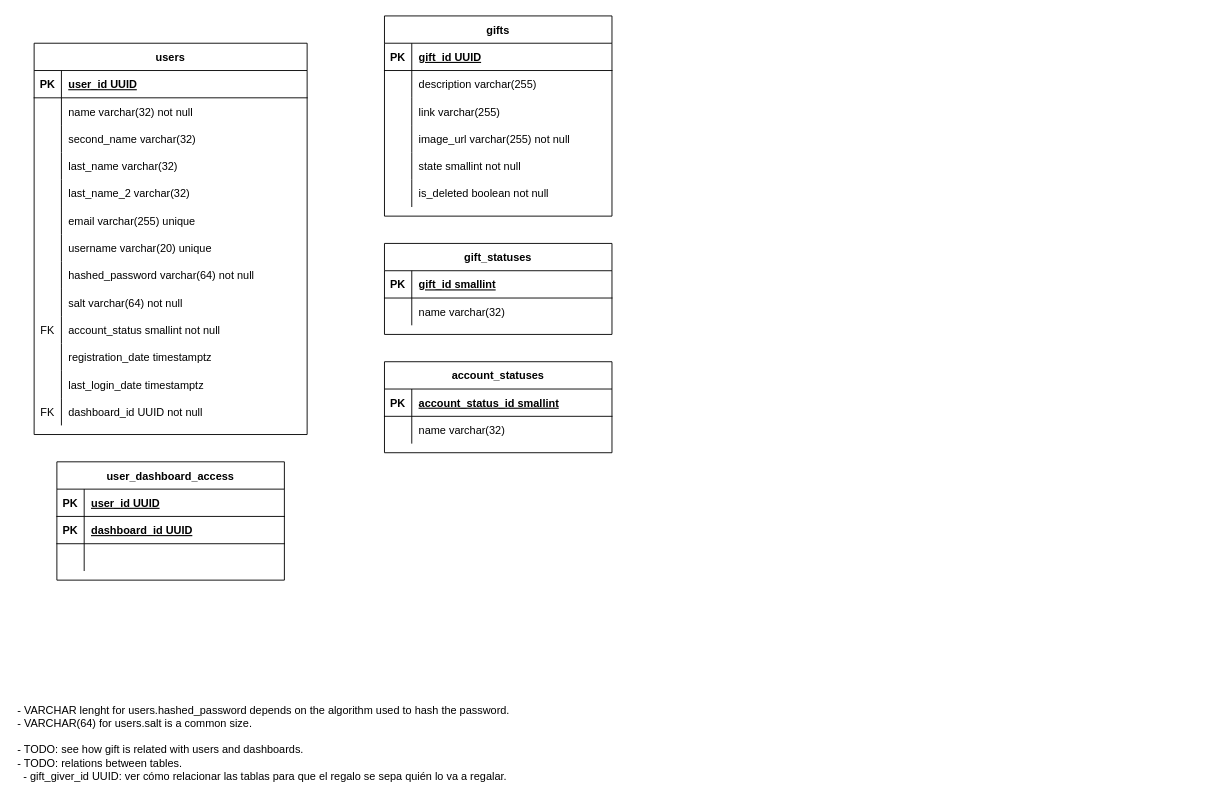
Before: doc/database.drawio in pablomgdev/cachivache2, a draw.io diagram. Source tidied: cells renumbered, new cells numbered last; positions are measured from the earlier drawing's top-left corner, leaving out a move shared by most shapes. Both pictures are drawn from the tidied source at 91%, with x=0, y=0 at pixel (15, 15).
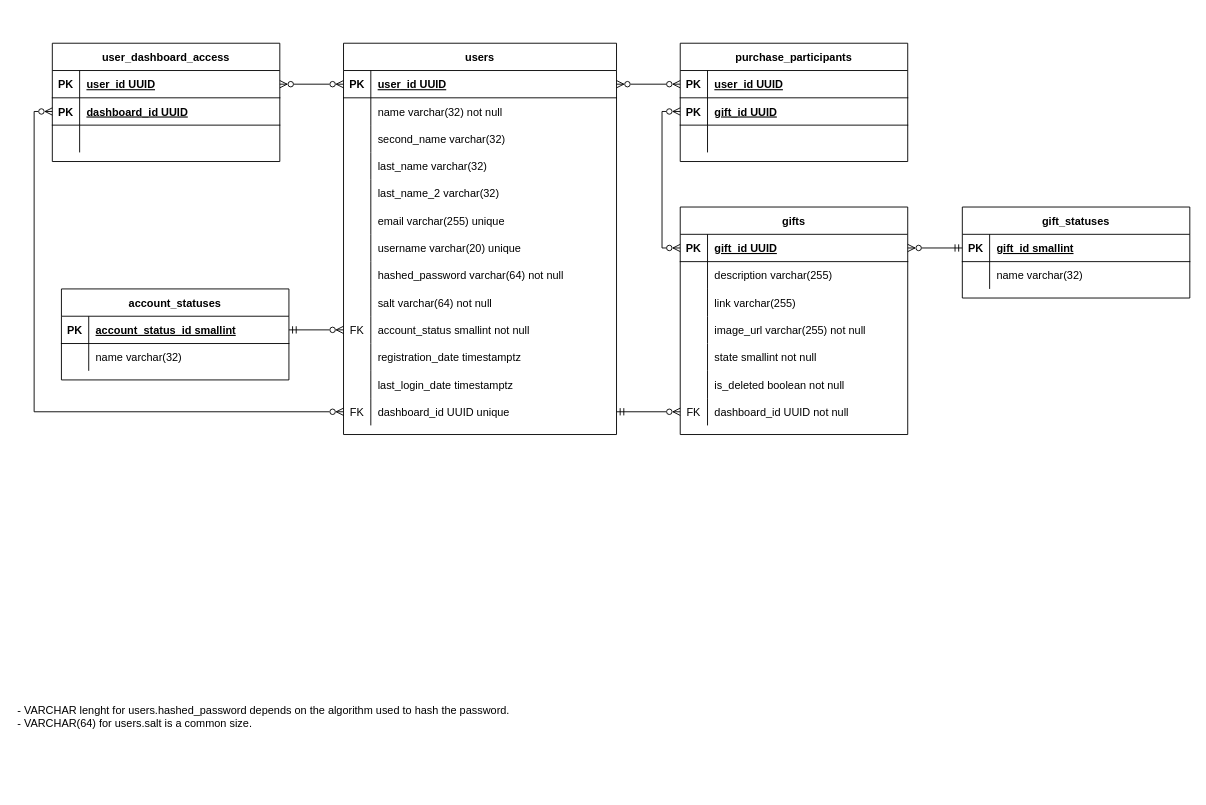
Above is the later version.

Commit message:
doc: update database diagram

Relationships finished. Finished the diagram.

Unchanged cells that the change refers to:
```xml
<mxCell id="3" style="shape=partialRectangle;fillColor=none;points=[[0,0.5],[1,0.5]];portConstraint=eastwest;top=0;left=0;right=0;bottom=1;" parent="2" vertex="1">
  <mxGeometry y="30" width="250" height="30" as="geometry" />
</mxCell>
<mxCell id="22" style="shape=partialRectangle;fillColor=none;points=[[0,0.5],[1,0.5]];portConstraint=eastwest;top=0;left=0;right=0;bottom=1;" parent="21" vertex="1">
  <mxGeometry y="30" width="300" height="30" as="geometry" />
</mxCell>
<mxCell id="49" style="shape=partialRectangle;fillColor=none;points=[[0,0.5],[1,0.5]];portConstraint=eastwest;top=0;left=0;right=0;bottom=0;" parent="21" vertex="1">
  <mxGeometry y="300" width="300" height="30" as="geometry" />
</mxCell>
<mxCell id="58" style="shape=partialRectangle;fillColor=none;points=[[0,0.5],[1,0.5]];portConstraint=eastwest;top=0;left=0;right=0;bottom=0;" parent="21" vertex="1">
  <mxGeometry y="390" width="300" height="30" as="geometry" />
</mxCell>
<mxCell id="63" style="shape=partialRectangle;fillColor=none;points=[[0,0.5],[1,0.5]];portConstraint=eastwest;top=0;left=0;right=0;bottom=1;" parent="62" vertex="1">
  <mxGeometry y="30" width="250" height="30" as="geometry" />
</mxCell>
<mxCell id="66" style="shape=partialRectangle;fillColor=none;points=[[0,0.5],[1,0.5]];portConstraint=eastwest;top=0;left=0;right=0;bottom=1;" parent="62" vertex="1">
  <mxGeometry y="60" width="250" height="30" as="geometry" />
</mxCell>
<mxCell id="73" style="shape=partialRectangle;fillColor=none;points=[[0,0.5],[1,0.5]];portConstraint=eastwest;top=0;left=0;right=0;bottom=1;" parent="72" vertex="1">
  <mxGeometry y="30" width="250" height="30" as="geometry" />
</mxCell>
<mxCell id="80" style="shape=partialRectangle;fillColor=none;points=[[0,0.5],[1,0.5]];portConstraint=eastwest;top=0;left=0;right=0;bottom=1;" parent="79" vertex="1">
  <mxGeometry y="30" width="250" height="30" as="geometry" />
</mxCell>
```

Change to the diagram source:
```diff
@@
     <mxCell id="2" value="gifts" style="shape=table;startSize=30;childLayout=tableLayout;rowLines=0;fontStyle=1;align=center;" parent="1" vertex="1">
-      <mxGeometry x="405" width="250" height="220" as="geometry" />
+      <mxGeometry x="730" y="210" width="250" height="250" as="geometry" />
     </mxCell>
@@
+    <mxCell id="86" style="shape=partialRectangle;fillColor=none;points=[[0,0.5],[1,0.5]];portConstraint=eastwest;top=0;left=0;right=0;bottom=0;" parent="2" vertex="1">
+      <mxGeometry y="210" width="250" height="30" as="geometry" />
+    </mxCell>
+    <mxCell id="87" value="FK" style="shape=partialRectangle;overflow=hidden;fillColor=none;top=0;left=0;bottom=0;right=0;" parent="86" vertex="1">
+      <mxGeometry width="30" height="30" as="geometry" />
+    </mxCell>
+    <mxCell id="88" value="dashboard_id UUID not null" style="shape=partialRectangle;overflow=hidden;fillColor=none;top=0;left=0;bottom=0;right=0;align=left;spacingLeft=6;" parent="86" vertex="1">
+      <mxGeometry x="30" width="220" height="30" as="geometry" />
+    </mxCell>
     <mxCell id="21" value="users" style="shape=table;startSize=30;childLayout=tableLayout;rowLines=0;fontStyle=1;align=center;" parent="1" vertex="1">
-      <mxGeometry x="20" y="30" width="300" height="430" as="geometry" />
+      <mxGeometry x="360" y="30" width="300" height="430" as="geometry" />
     </mxCell>
@@
-    <mxCell id="60" value="dashboard_id UUID not null" style="shape=partialRectangle;overflow=hidden;fillColor=none;top=0;left=0;bottom=0;right=0;align=left;spacingLeft=6;" parent="58" vertex="1">
+    <mxCell id="60" value="dashboard_id UUID unique" style="shape=partialRectangle;overflow=hidden;fillColor=none;top=0;left=0;bottom=0;right=0;align=left;spacingLeft=6;" parent="58" vertex="1">
       <mxGeometry x="30" width="270" height="30" as="geometry" />
     </mxCell>
-    <mxCell id="61" value="- VARCHAR lenght for users.hashed_password depends on the algorithm used to hash the password.&lt;br&gt;- VARCHAR(64) for users.salt is a common size.&lt;br&gt;&lt;br&gt;- TODO: see how gift is related with users and dashboards.&lt;br style=&quot;border-color: var(--border-color);&quot;&gt;- TODO: relations between tables.&lt;br&gt;&amp;nbsp; - gift_giver_id UUID: ver cómo relacionar las tablas para que el regalo se sepa quién lo va a regalar." style="text;html=1;align=left;verticalAlign=top;strokeColor=none;fillColor=none;" parent="1" vertex="1">
-      <mxGeometry y="750" width="560" height="100" as="geometry" />
+    <mxCell id="61" value="- VARCHAR lenght for users.hashed_password depends on the algorithm used to hash the password.&lt;br&gt;- VARCHAR(64) for users.salt is a common size." style="text;html=1;align=left;verticalAlign=top;strokeColor=none;fillColor=none;" parent="1" vertex="1">
+      <mxGeometry y="750" width="560" height="40" as="geometry" />
     </mxCell>
     <mxCell id="62" value="user_dashboard_access" style="shape=table;startSize=30;childLayout=tableLayout;rowLines=0;fontStyle=1;align=center;" parent="1" vertex="1">
-      <mxGeometry x="45" y="490" width="250" height="130" as="geometry" />
+      <mxGeometry x="40" y="30" width="250" height="130" as="geometry" />
     </mxCell>
@@
     <mxCell id="72" value="gift_statuses" style="shape=table;startSize=30;childLayout=tableLayout;rowLines=0;fontStyle=1;align=center;" parent="1" vertex="1">
-      <mxGeometry x="405" y="250" width="250" height="100" as="geometry" />
+      <mxGeometry x="1040" y="210" width="250" height="100" as="geometry" />
     </mxCell>
@@
     <mxCell id="79" value="account_statuses" style="shape=table;startSize=30;childLayout=tableLayout;rowLines=0;fontStyle=1;align=center;" parent="1" vertex="1">
-      <mxGeometry x="405" y="380" width="250" height="100" as="geometry" />
+      <mxGeometry x="50" y="300" width="250" height="100" as="geometry" />
     </mxCell>
@@
+    <mxCell id="89" value="purchase_participants" style="shape=table;startSize=30;childLayout=tableLayout;rowLines=0;fontStyle=1;align=center;" parent="1" vertex="1">
+      <mxGeometry x="730" y="30" width="250" height="130" as="geometry" />
+    </mxCell>
+    <mxCell id="90" style="shape=partialRectangle;fillColor=none;points=[[0,0.5],[1,0.5]];portConstraint=eastwest;top=0;left=0;right=0;bottom=1;" parent="89" vertex="1">
+      <mxGeometry y="30" width="250" height="30" as="geometry" />
+    </mxCell>
+    <mxCell id="91" value="PK" style="shape=partialRectangle;overflow=hidden;fillColor=none;top=0;left=0;bottom=0;right=0;fontStyle=1;" parent="90" vertex="1">
+      <mxGeometry width="30" height="30" as="geometry" />
+    </mxCell>
+    <mxCell id="92" value="user_id UUID" style="shape=partialRectangle;overflow=hidden;fillColor=none;top=0;left=0;bottom=0;right=0;align=left;spacingLeft=6;fontStyle=5;" parent="90" vertex="1">
+      <mxGeometry x="30" width="220" height="30" as="geometry" />
+    </mxCell>
+    <mxCell id="93" style="shape=partialRectangle;fillColor=none;points=[[0,0.5],[1,0.5]];portConstraint=eastwest;top=0;left=0;right=0;bottom=1;" parent="89" vertex="1">
+      <mxGeometry y="60" width="250" height="30" as="geometry" />
+    </mxCell>
+    <mxCell id="94" value="PK" style="shape=partialRectangle;overflow=hidden;fillColor=none;top=0;left=0;bottom=0;right=0;fontStyle=1;" parent="93" vertex="1">
+      <mxGeometry width="30" height="30" as="geometry" />
+    </mxCell>
+    <mxCell id="95" value="gift_id UUID" style="shape=partialRectangle;overflow=hidden;fillColor=none;top=0;left=0;bottom=0;right=0;align=left;spacingLeft=6;fontStyle=5;" parent="93" vertex="1">
+      <mxGeometry x="30" width="220" height="30" as="geometry" />
+    </mxCell>
+    <mxCell id="96" style="shape=partialRectangle;fillColor=none;top=0;left=0;right=0;bottom=0;" parent="89" vertex="1">
+      <mxGeometry y="90" width="250" height="30" as="geometry" />
+    </mxCell>
+    <mxCell id="97" style="shape=partialRectangle;overflow=hidden;fillColor=none;top=0;left=0;bottom=0;right=0;" parent="96" vertex="1">
+      <mxGeometry width="30" height="30" as="geometry" />
+    </mxCell>
+    <mxCell id="98" style="shape=partialRectangle;overflow=hidden;fillColor=none;top=0;left=0;bottom=0;right=0;align=left;spacingLeft=6;" parent="96" vertex="1">
+      <mxGeometry x="30" width="220" height="30" as="geometry" />
+    </mxCell>
+    <mxCell id="99" style="rounded=0;jettySize=auto;html=1;exitX=0;exitY=0.5;exitDx=0;exitDy=0;entryX=1;entryY=0.5;entryDx=0;entryDy=0;endArrow=ERzeroToMany;endFill=0;startArrow=ERzeroToMany;startFill=0;edgeStyle=orthogonalEdgeStyle;" parent="1" edge="1" source="22" target="63">
+      <mxGeometry relative="1" as="geometry" />
+    </mxCell>
+    <mxCell id="100" style="edgeStyle=orthogonalEdgeStyle;rounded=0;jettySize=auto;html=1;exitX=1;exitY=0.5;exitDx=0;exitDy=0;entryX=0;entryY=0.5;entryDx=0;entryDy=0;endArrow=ERzeroToMany;endFill=0;startArrow=ERmandOne;startFill=0;" parent="1" edge="1" source="58" target="86">
+      <mxGeometry relative="1" as="geometry" />
+    </mxCell>
+    <mxCell id="101" style="edgeStyle=orthogonalEdgeStyle;rounded=0;jettySize=auto;html=1;exitX=1;exitY=0.5;exitDx=0;exitDy=0;entryX=0;entryY=0.5;entryDx=0;entryDy=0;endArrow=ERzeroToMany;endFill=0;startArrow=ERzeroToMany;startFill=0;" parent="1" edge="1" source="22" target="90">
+      <mxGeometry relative="1" as="geometry" />
+    </mxCell>
+    <mxCell id="102" style="edgeStyle=orthogonalEdgeStyle;rounded=0;jettySize=auto;html=1;exitX=1;exitY=0.5;exitDx=0;exitDy=0;entryX=0;entryY=0.5;entryDx=0;entryDy=0;endArrow=ERmandOne;endFill=0;startArrow=ERzeroToMany;startFill=0;" parent="1" edge="1" source="3" target="73">
+      <mxGeometry relative="1" as="geometry" />
+    </mxCell>
+    <mxCell id="103" style="edgeStyle=orthogonalEdgeStyle;rounded=0;jettySize=auto;html=1;exitX=0;exitY=0.5;exitDx=0;exitDy=0;entryX=0;entryY=0.5;entryDx=0;entryDy=0;endArrow=ERzeroToMany;endFill=0;startArrow=ERzeroToMany;startFill=0;" parent="1" edge="1" source="93" target="3">
+      <mxGeometry relative="1" as="geometry" />
+    </mxCell>
+    <mxCell id="104" style="edgeStyle=orthogonalEdgeStyle;rounded=0;jettySize=auto;html=1;exitX=0;exitY=0.5;exitDx=0;exitDy=0;entryX=0;entryY=0.5;entryDx=0;entryDy=0;endArrow=ERzeroToMany;endFill=0;startArrow=ERzeroToMany;startFill=0;" parent="1" edge="1" source="58" target="66">
+      <mxGeometry relative="1" as="geometry" />
+    </mxCell>
+    <mxCell id="105" style="edgeStyle=orthogonalEdgeStyle;rounded=0;jettySize=auto;html=1;exitX=0;exitY=0.5;exitDx=0;exitDy=0;entryX=1;entryY=0.5;entryDx=0;entryDy=0;endArrow=ERmandOne;endFill=0;startArrow=ERzeroToMany;startFill=0;" parent="1" edge="1" source="49" target="80">
+      <mxGeometry relative="1" as="geometry" />
+    </mxCell>
```
